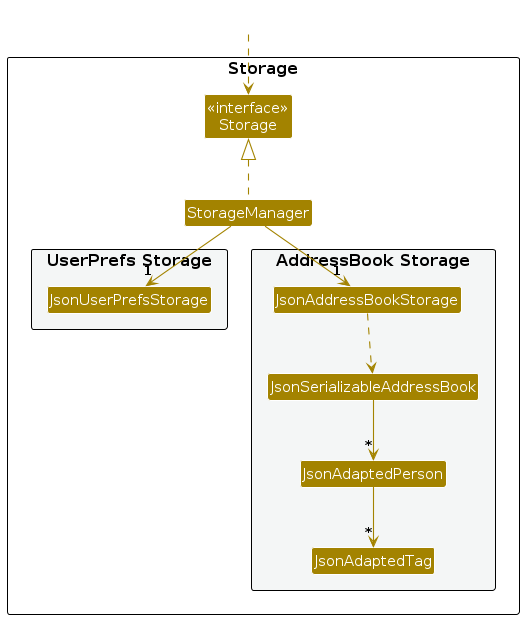
Before: diagrams/StorageClassDiagram.png, a diagram exported from PlantUML (AY2627S1-CS2103T-T14-4/tp). Its source is kept beside it as diagrams/StorageClassDiagram.puml. Source of this version:
```plantuml
@startuml
!include style.puml
skinparam arrowThickness 1.1
skinparam arrowColor STORAGE_COLOR
skinparam classBackgroundColor STORAGE_COLOR

package Storage as StoragePackage {

Class "<<interface>>\nStorage" as Storage
Class StorageManager

package "UserPrefs Storage" #F4F6F6{
Class JsonUserPrefsStorage
}

package "AddressBook Storage" #F4F6F6{
Class JsonAddressBookStorage
Class JsonSerializableAddressBook
Class JsonAdaptedPerson
Class JsonAdaptedTag
}

}

Class HiddenOutside #FFFFFF
HiddenOutside ..> Storage

StorageManager .up.|> Storage
StorageManager -down-> "1" JsonUserPrefsStorage
StorageManager -down-> "1" JsonAddressBookStorage

JsonAddressBookStorage ..> JsonSerializableAddressBook
JsonSerializableAddressBook --> "*" JsonAdaptedPerson
JsonAdaptedPerson --> "*" JsonAdaptedTag

@enduml
```
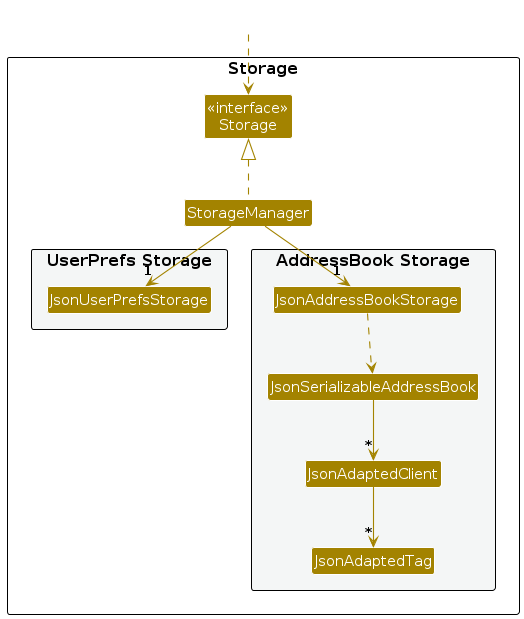
After the commit.

Diff of the diagram source:
```diff
@@ -16,7 +16,7 @@
 package "AddressBook Storage" #F4F6F6{
 Class JsonAddressBookStorage
 Class JsonSerializableAddressBook
-Class JsonAdaptedPerson
+Class JsonAdaptedClient
 Class JsonAdaptedTag
 }
 
@@ -30,7 +30,7 @@
 StorageManager -down-> "1" JsonAddressBookStorage
 
 JsonAddressBookStorage ..> JsonSerializableAddressBook
-JsonSerializableAddressBook --> "*" JsonAdaptedPerson
-JsonAdaptedPerson --> "*" JsonAdaptedTag
+JsonSerializableAddressBook --> "*" JsonAdaptedClient
+JsonAdaptedClient --> "*" JsonAdaptedTag
 
 @enduml
```
